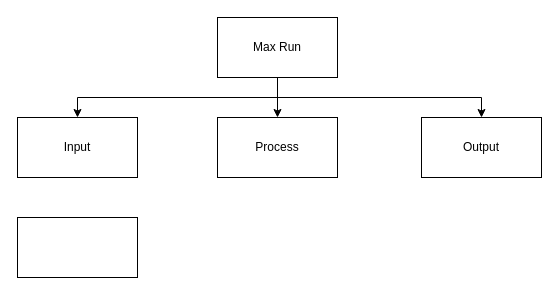
Earlier version of the draw.io diagram Assignment2/top-down.drawio (KaitlynIp64/ICS4U-Unit2-Kaitlyn-Ip). Source tidied: cells renumbered, new cells numbered last; positions are measured from the earlier drawing's top-left corner, leaving out a move shared by most shapes. Both pictures are drawn from the tidied source at 100%, with x=0, y=0 at pixel (17, 17).
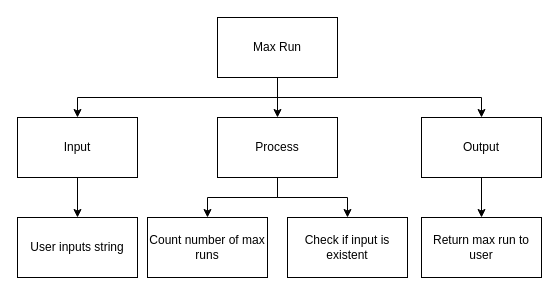
After the change.

Unchanged cells that the change refers to:
```xml
<mxCell id="6" value="Process" style="rounded=0;whiteSpace=wrap;html=1;" parent="1" vertex="1">
  <mxGeometry x="200" y="100" width="120" height="60" as="geometry" />
</mxCell>
<mxCell id="7" value="Input" style="rounded=0;whiteSpace=wrap;html=1;" parent="1" vertex="1">
  <mxGeometry y="100" width="120" height="60" as="geometry" />
</mxCell>
<mxCell id="8" value="Output" style="rounded=0;whiteSpace=wrap;html=1;" parent="1" vertex="1">
  <mxGeometry x="404" y="100" width="120" height="60" as="geometry" />
</mxCell>
```

What changed in the source:
```diff
@@
+    <mxCell id="10" style="edgeStyle=none;html=1;exitX=0.5;exitY=1;exitDx=0;exitDy=0;entryX=0.5;entryY=0;entryDx=0;entryDy=0;rounded=0;" parent="1" edge="1" source="6" target="14">
+      <mxGeometry relative="1" as="geometry">
+        <Array as="points">
+          <mxPoint x="260" y="180" />
+          <mxPoint x="330" y="180" />
+        </Array>
+      </mxGeometry>
+    </mxCell>
+    <mxCell id="11" style="edgeStyle=none;html=1;exitX=0.5;exitY=1;exitDx=0;exitDy=0;entryX=0.5;entryY=0;entryDx=0;entryDy=0;rounded=0;" parent="1" edge="1" source="6" target="15">
+      <mxGeometry relative="1" as="geometry">
+        <Array as="points">
+          <mxPoint x="260" y="180" />
+          <mxPoint x="190" y="180" />
+        </Array>
+      </mxGeometry>
+    </mxCell>
@@
+    <mxCell id="12" style="edgeStyle=none;html=1;exitX=0.5;exitY=1;exitDx=0;exitDy=0;entryX=0.5;entryY=0;entryDx=0;entryDy=0;" parent="1" edge="1" source="7" target="9">
+      <mxGeometry relative="1" as="geometry" />
+    </mxCell>
@@
+    <mxCell id="13" style="edgeStyle=none;rounded=0;html=1;exitX=0.5;exitY=1;exitDx=0;exitDy=0;entryX=0.5;entryY=0;entryDx=0;entryDy=0;" parent="1" edge="1" source="8" target="16">
+      <mxGeometry relative="1" as="geometry" />
+    </mxCell>
@@
-    <mxCell id="9" style="rounded=0;whiteSpace=wrap;html=1;" parent="1" vertex="1">
+    <mxCell id="9" value="User inputs string" style="rounded=0;whiteSpace=wrap;html=1;" parent="1" vertex="1">
       <mxGeometry y="200" width="120" height="60" as="geometry" />
     </mxCell>
+    <mxCell id="14" value="Check if input is existent" style="rounded=0;whiteSpace=wrap;html=1;" parent="1" vertex="1">
+      <mxGeometry x="270" y="200" width="120" height="60" as="geometry" />
+    </mxCell>
+    <mxCell id="15" value="Count number of max runs" style="rounded=0;whiteSpace=wrap;html=1;" parent="1" vertex="1">
+      <mxGeometry x="130" y="200" width="120" height="60" as="geometry" />
+    </mxCell>
+    <mxCell id="16" value="Return max run to user" style="rounded=0;whiteSpace=wrap;html=1;" parent="1" vertex="1">
+      <mxGeometry x="404" y="200" width="120" height="60" as="geometry" />
+    </mxCell>
```
